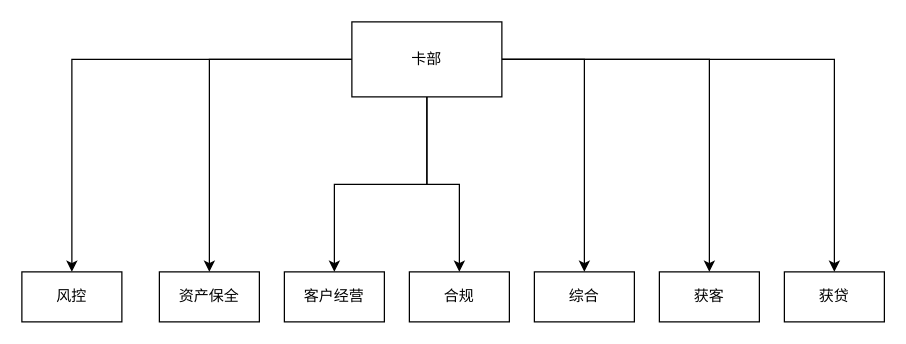
Above: Untitled Diagram.drawio in li1138784160/qrcodejs (draw.io), before the change. Source tidied: cells renumbered, new cells numbered last; positions are measured from the earlier drawing's top-left corner, leaving out a move shared by most shapes. Both pictures are drawn from the tidied source at 125%, with x=0, y=0 at pixel (21, 21).
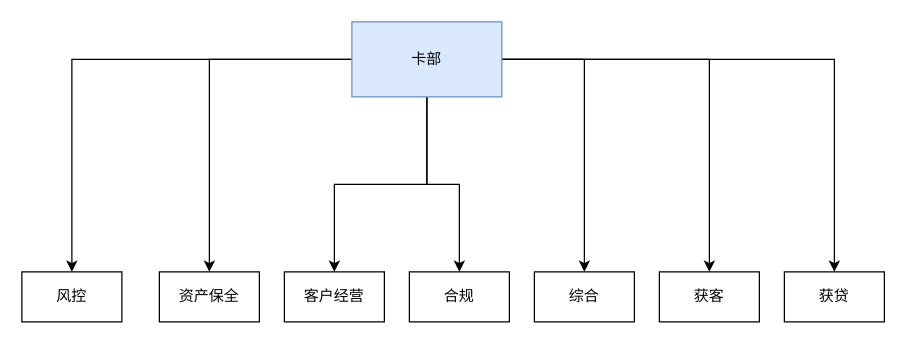
Above is the later version.

What changed in the source:
```diff
@@
 <mxGraphModel>
   <root>
     <mxCell id="0" />
     <mxCell id="1" parent="0" />
     <mxCell id="2" value="风控" style="rounded=0;whiteSpace=wrap;html=1;" parent="1" vertex="1">
       <mxGeometry y="200" width="80" height="40" as="geometry" />
     </mxCell>
     <mxCell id="3" value="资产保全" style="rounded=0;whiteSpace=wrap;html=1;" parent="1" vertex="1">
       <mxGeometry x="110" y="200" width="80" height="40" as="geometry" />
     </mxCell>
     <mxCell id="4" value="客户经营" style="rounded=0;whiteSpace=wrap;html=1;" parent="1" vertex="1">
       <mxGeometry x="210" y="200" width="80" height="40" as="geometry" />
     </mxCell>
     <mxCell id="5" value="合规" style="rounded=0;whiteSpace=wrap;html=1;" parent="1" vertex="1">
       <mxGeometry x="310" y="200" width="80" height="40" as="geometry" />
     </mxCell>
     <mxCell id="6" value="综合" style="rounded=0;whiteSpace=wrap;html=1;" parent="1" vertex="1">
       <mxGeometry x="410" y="200" width="80" height="40" as="geometry" />
     </mxCell>
     <mxCell id="7" value="获客" style="rounded=0;whiteSpace=wrap;html=1;" parent="1" vertex="1">
       <mxGeometry x="510" y="200" width="80" height="40" as="geometry" />
     </mxCell>
     <mxCell id="8" value="获贷" style="rounded=0;whiteSpace=wrap;html=1;" parent="1" vertex="1">
       <mxGeometry x="610" y="200" width="80" height="40" as="geometry" />
     </mxCell>
     <mxCell id="9" style="edgeStyle=orthogonalEdgeStyle;rounded=0;jettySize=auto;html=1;" parent="1" edge="1" source="16" target="2">
       <mxGeometry relative="1" as="geometry" />
     </mxCell>
     <mxCell id="10" style="edgeStyle=orthogonalEdgeStyle;rounded=0;jettySize=auto;html=1;" parent="1" edge="1" source="16" target="3">
       <mxGeometry relative="1" as="geometry" />
     </mxCell>
     <mxCell id="11" style="edgeStyle=orthogonalEdgeStyle;rounded=0;jettySize=auto;html=1;entryX=0.5;entryY=0;entryDx=0;entryDy=0;" parent="1" edge="1" source="16" target="4">
       <mxGeometry relative="1" as="geometry" />
     </mxCell>
     <mxCell id="12" style="edgeStyle=orthogonalEdgeStyle;rounded=0;jettySize=auto;html=1;" parent="1" edge="1" source="16" target="5">
       <mxGeometry relative="1" as="geometry" />
     </mxCell>
     <mxCell id="13" style="edgeStyle=orthogonalEdgeStyle;rounded=0;jettySize=auto;html=1;" parent="1" edge="1" source="16" target="6">
       <mxGeometry relative="1" as="geometry" />
     </mxCell>
     <mxCell id="14" style="edgeStyle=orthogonalEdgeStyle;rounded=0;jettySize=auto;html=1;" parent="1" edge="1" source="16" target="7">
       <mxGeometry relative="1" as="geometry" />
     </mxCell>
     <mxCell id="15" style="edgeStyle=orthogonalEdgeStyle;rounded=0;jettySize=auto;html=1;" parent="1" edge="1" source="16" target="8">
       <mxGeometry relative="1" as="geometry" />
     </mxCell>
-    <mxCell id="16" value="卡部" style="rounded=0;whiteSpace=wrap;html=1;" parent="1" vertex="1">
+    <mxCell id="16" value="卡部" style="rounded=0;whiteSpace=wrap;html=1;fillColor=#dae8fc;strokeColor=#6c8ebf;" parent="1" vertex="1">
       <mxGeometry x="264" width="120" height="60" as="geometry" />
     </mxCell>
   </root>
 </mxGraphModel>
```
